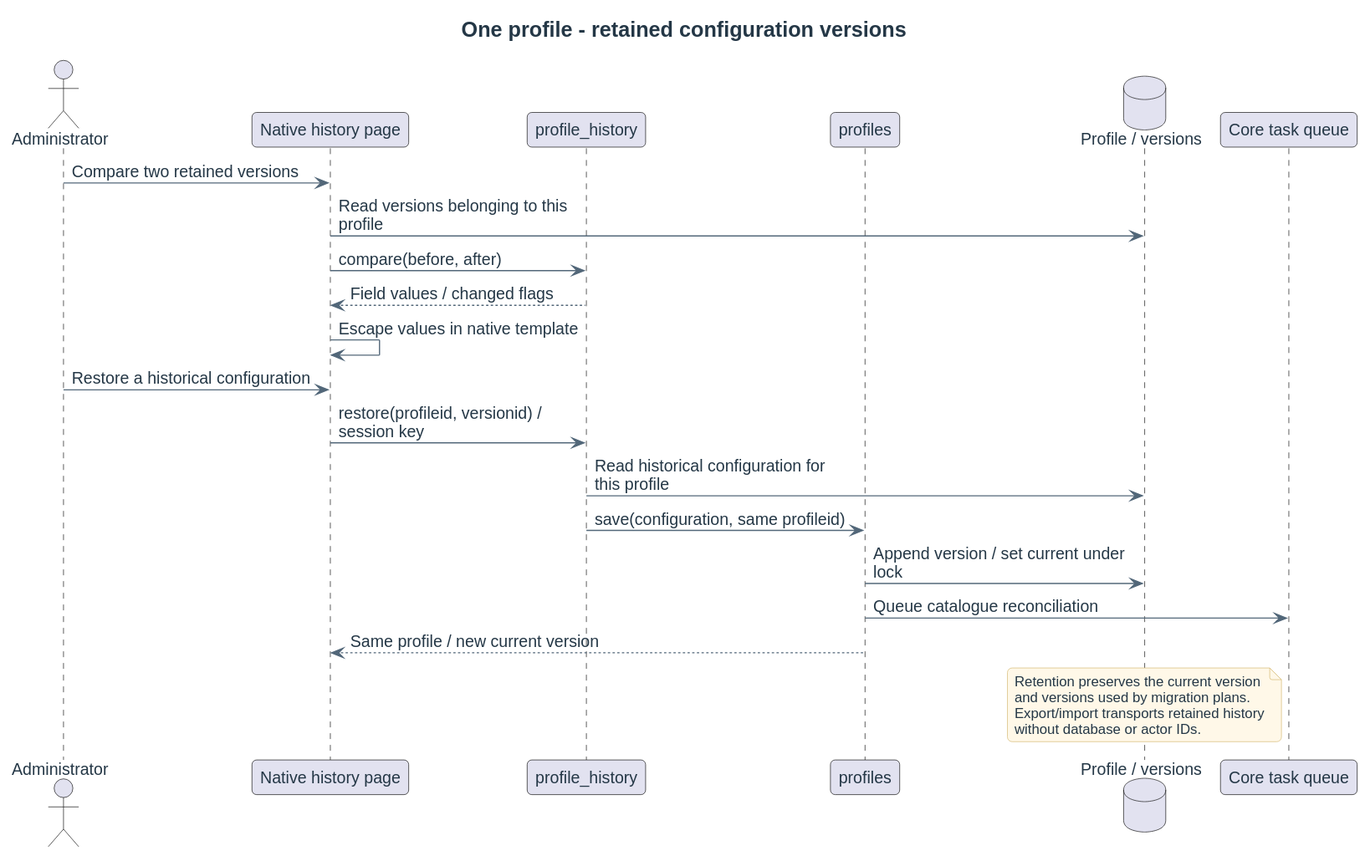
This is docs/diagrams/design/sequences/profile-history.svg from didactika/moodle-local_coursefiles, a PlantUML export, as it was before one commit.
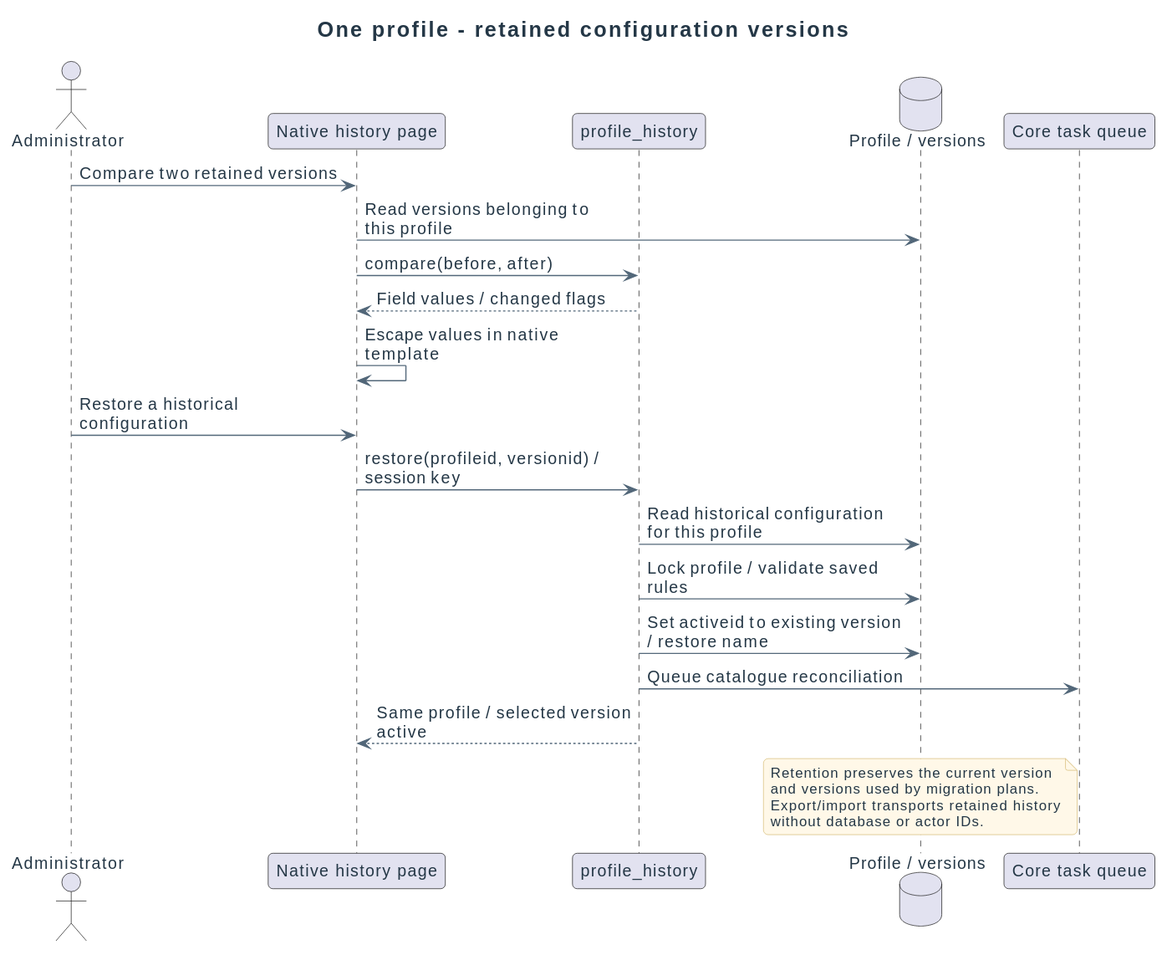
Later version of the same file.

Diff of the diagram source:
```diff
@@ -5,7 +5,6 @@
 actor Administrator
 participant "Native history page" as UI
 participant profile_history as History
-participant profiles as Profiles
 database "Profile / versions" as DB
 participant "Core task queue" as Queue
 Administrator -> UI : Compare two retained versions
@@ -16,10 +15,10 @@
 Administrator -> UI : Restore a historical configuration
 UI -> History : restore(profileid, versionid) / session key
 History -> DB : Read historical configuration for this profile
-History -> Profiles : save(configuration, same profileid)
-Profiles -> DB : Append version / set current under lock
-Profiles -> Queue : Queue catalogue reconciliation
-Profiles --> UI : Same profile / new current version
+History -> DB : Lock profile / validate saved rules
+History -> DB : Set activeid to existing version / restore name
+History -> Queue : Queue catalogue reconciliation
+History --> UI : Same profile / selected version active
 note over DB
 Retention preserves the current version
 and versions used by migration plans.
```
